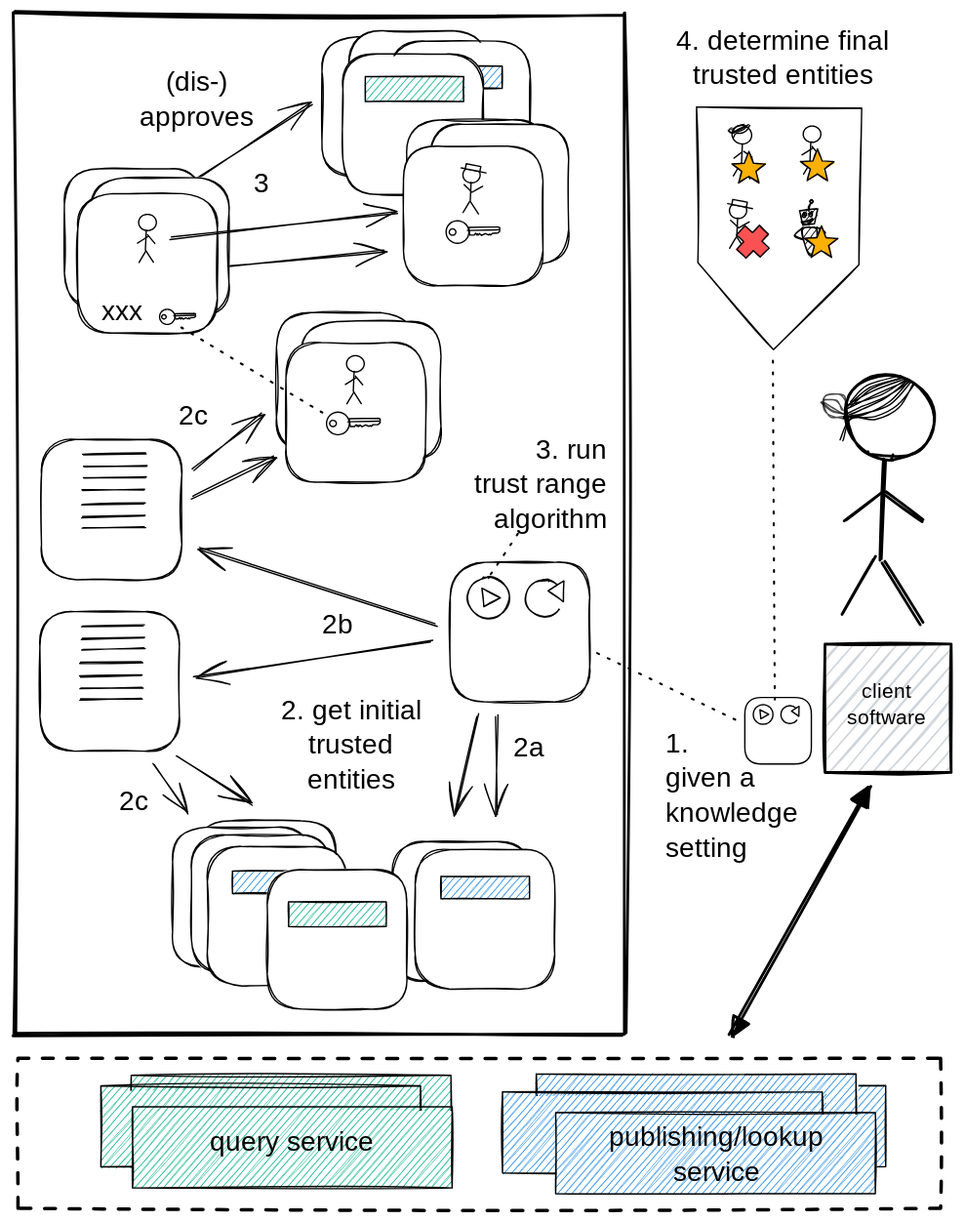
The Excalidraw diagram images/trusted.svg in tkuhn/knowledge-space, before a commit. Source tidied: one line per element, renumbered; positions are measured from the earlier drawing's top-left corner, leaving out a move shared by most shapes.
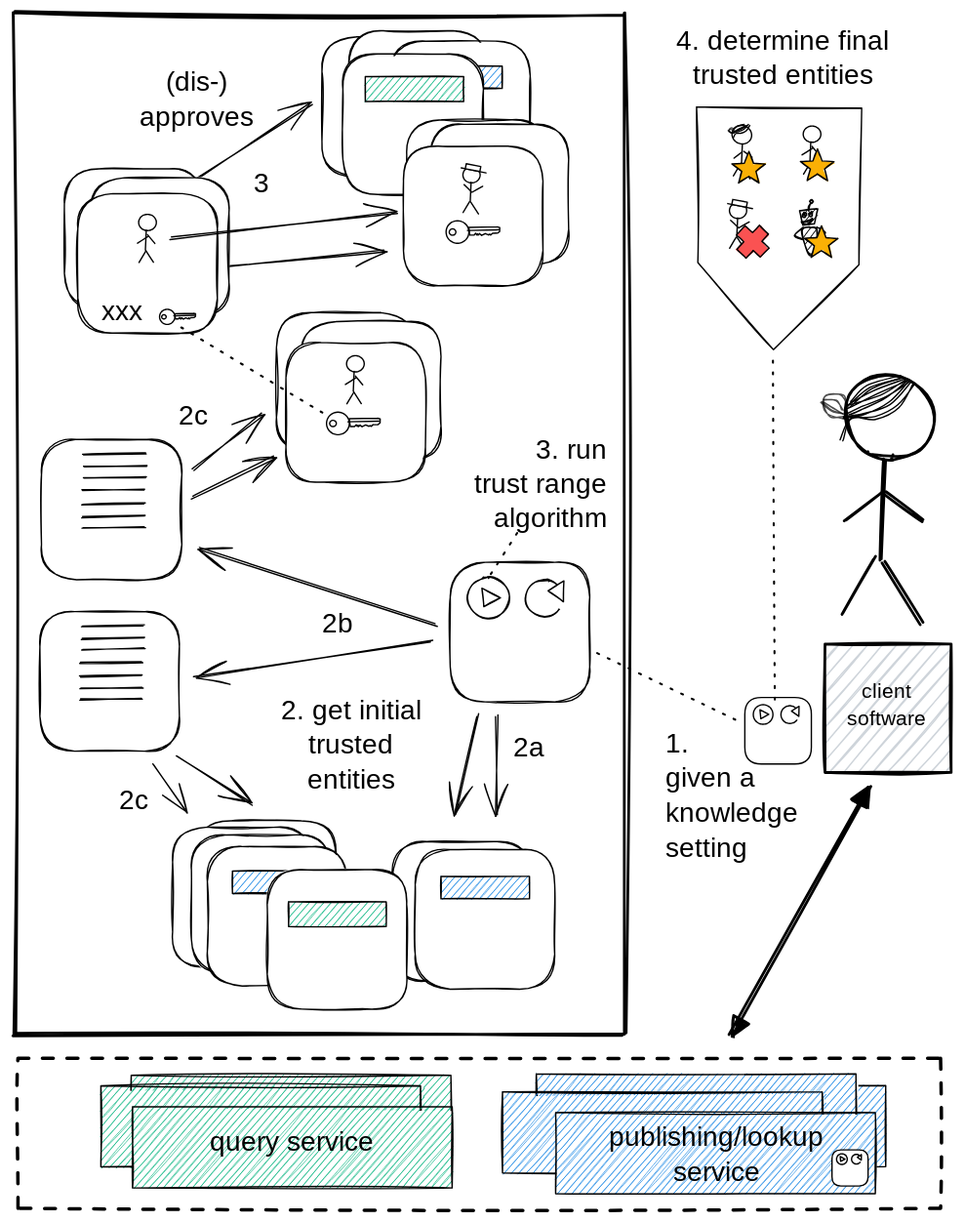
The same diagram one commit later.

Diff of the diagram source:
```diff
@@ -193,3 +193,9 @@
 {"id": 192, "type": "text", "text": "4. determine final\ntrusted entities", "strokeColor": "#000000", "strokeWidth": 1, "roughness": 1, "fontSize": 20, "fontFamily": 1, "textAlign": "center", "x": 478, "y": 8, "width": 170, "height": 51}
 {"id": 193, "type": "rectangle", "strokeColor": "#000000", "backgroundColor": "#ffffff", "fillStyle": "solid", "strokeWidth": 1, "roughness": 1, "round": true, "x": 294, "y": 612, "width": 102, "height": 102}
 {"id": 194, "type": "rectangle", "strokeColor": "#000000", "backgroundColor": "#228be6", "fillStyle": "hachure", "strokeWidth": 1, "roughness": 1, "x": 313, "y": 631, "width": 65, "height": 16}
+{"id": 195, "type": "rectangle", "strokeColor": "#000000", "backgroundColor": "#ffffff", "fillStyle": "solid", "strokeWidth": 1, "roughness": 0, "round": true, "x": 599, "y": 831, "width": 26, "height": 26}
+{"id": 196, "type": "ellipse", "strokeColor": "#000000", "backgroundColor": "#fff", "fillStyle": "solid", "strokeWidth": 1, "roughness": 0, "x": 602, "y": 834, "width": 8, "height": 8}
+{"id": 197, "type": "line", "strokeColor": "#000000", "backgroundColor": "#fff", "fillStyle": "solid", "strokeWidth": 1, "roughness": 0, "x": 605, "y": 836, "width": 4, "height": 4, "points": [[0, 0], [0, 4], [4, 2], [0, 0]]}
+{"id": 198, "type": "ellipse", "strokeColor": "#000000", "strokeWidth": 1, "roughness": 0, "x": 613, "y": 835, "width": 7, "height": 7}
+{"id": 199, "type": "ellipse", "strokeColor": "transparent", "backgroundColor": "#ffffff", "fillStyle": "solid", "strokeWidth": 1, "roughness": 0, "x": 619, "y": 836, "width": 4, "height": 4}
+{"id": 200, "type": "line", "strokeColor": "#000000", "angle": 1.11, "backgroundColor": "#fff", "fillStyle": "solid", "strokeWidth": 1, "roughness": 0, "x": 618, "y": 836, "width": 4, "height": 4, "points": [[0, 0], [0, 4], [4, 2], [0, 0]]}
```
